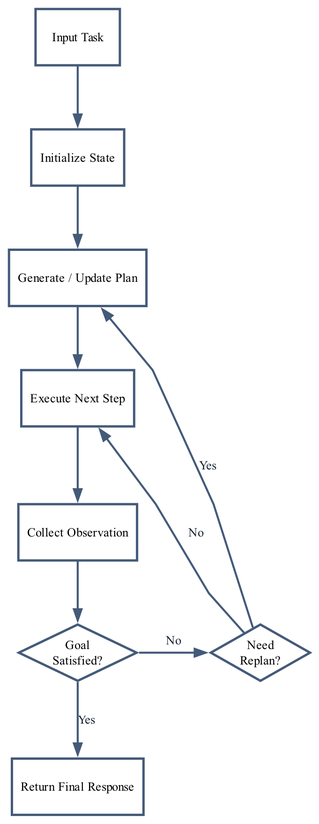
This is assets/diagram_multistep_state.png from quiznat/tot-hf-survey-artifacts, a Graphviz export, as it was before one commit. Its source is kept beside it as assets/diagram_multistep_state.dot.
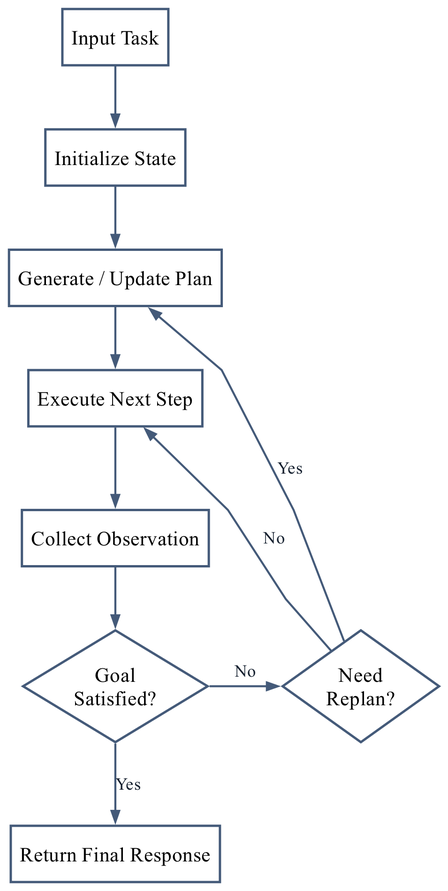
After the commit.

The edit, as a diff of the source:
```diff
@@ -1,15 +1,15 @@
 digraph G {
   graph [bgcolor="#ffffff", pad="0.06", nodesep="0.34", ranksep="0.50", splines="polyline", fontname="Times-Roman", fontcolor="#162130", margin="0.02", rankdir="TB", ranksep="0.56", nodesep="0.34"];
-  node [shape="box", style="filled", fillcolor="#ffffff", color="#445a79", penwidth="1.5", fontname="Times-Roman", fontsize="8", margin="0.08,0.06"];
-  edge [color="#445a79", penwidth="1.3", arrowsize="0.70", fontname="Times-Roman", fontsize="8", fontcolor="#162130"];
+  node [shape="box", style="filled", fillcolor="#ffffff", color="#445a79", penwidth="1.5", fontname="Times-Roman", fontsize="13", margin="0.08,0.06"];
+  edge [color="#445a79", penwidth="1.3", arrowsize="0.70", fontname="Times-Roman", fontsize="11", fontcolor="#162130"];
 
   input [label="Input Task"];
   init [label="Initialize State"];
   plan [label="Generate / Update Plan"];
   step [label="Execute Next Step"];
   observe [label="Collect Observation"];
-  goal [shape="diamond", style="filled", fillcolor="#ffffff", color="#445a79", penwidth="1.5", fontname="Times-Roman", fontsize="8", margin="0.04,0.04", label="Goal\nSatisfied?"];
-  replan [shape="diamond", style="filled", fillcolor="#ffffff", color="#445a79", penwidth="1.5", fontname="Times-Roman", fontsize="8", margin="0.04,0.04", label="Need\nReplan?"];
+  goal [shape="diamond", style="filled", fillcolor="#ffffff", color="#445a79", penwidth="1.5", fontname="Times-Roman", fontsize="13", margin="0.04,0.04", label="Goal\nSatisfied?"];
+  replan [shape="diamond", style="filled", fillcolor="#ffffff", color="#445a79", penwidth="1.5", fontname="Times-Roman", fontsize="13", margin="0.04,0.04", label="Need\nReplan?"];
   out [label="Return Final Response"];
 
   input -> init -> plan -> step -> observe -> goal;
```
